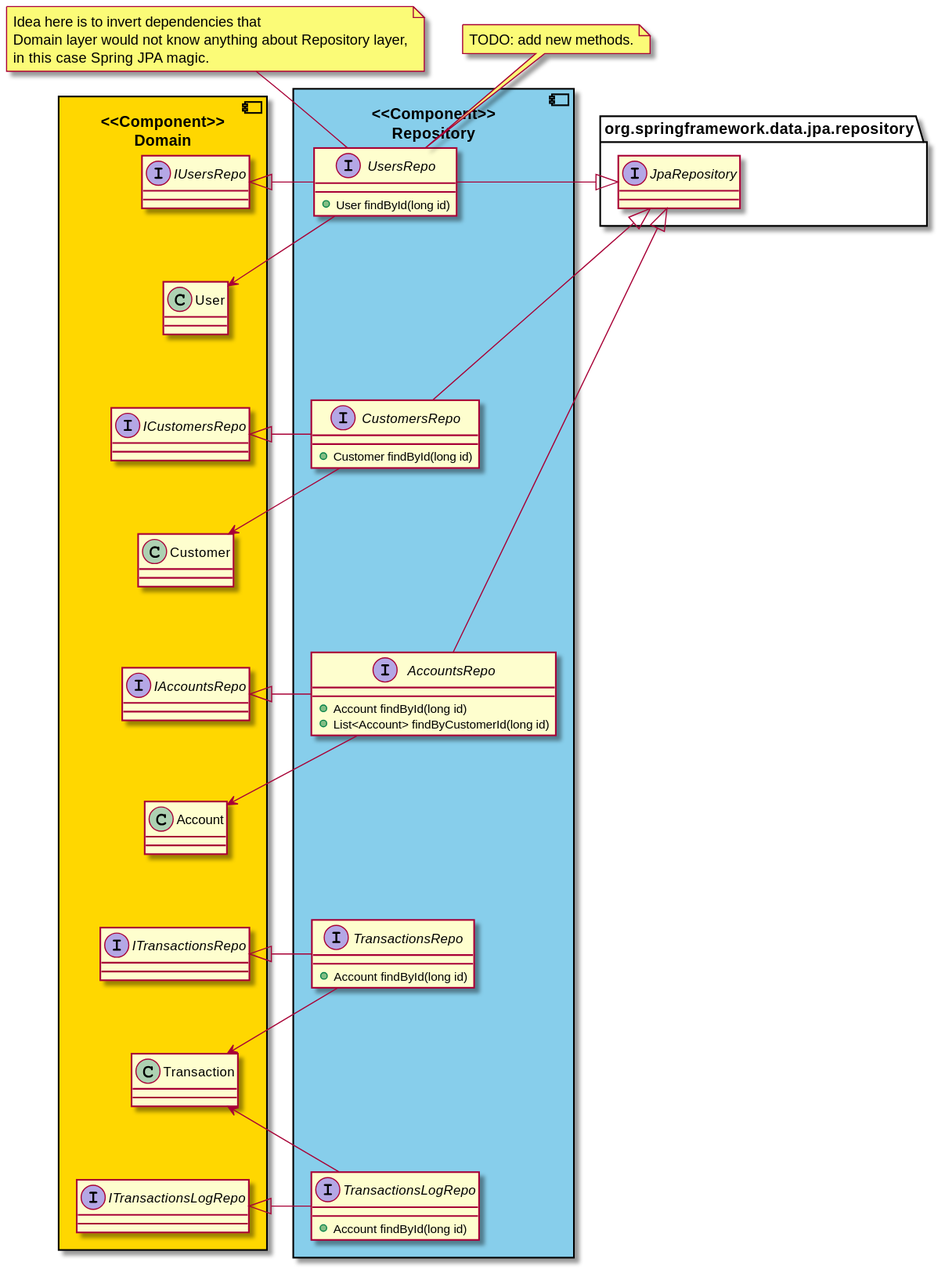
Before: class/ClassRepository.svg, a diagram exported from PlantUML (opendemobank/diagrams).
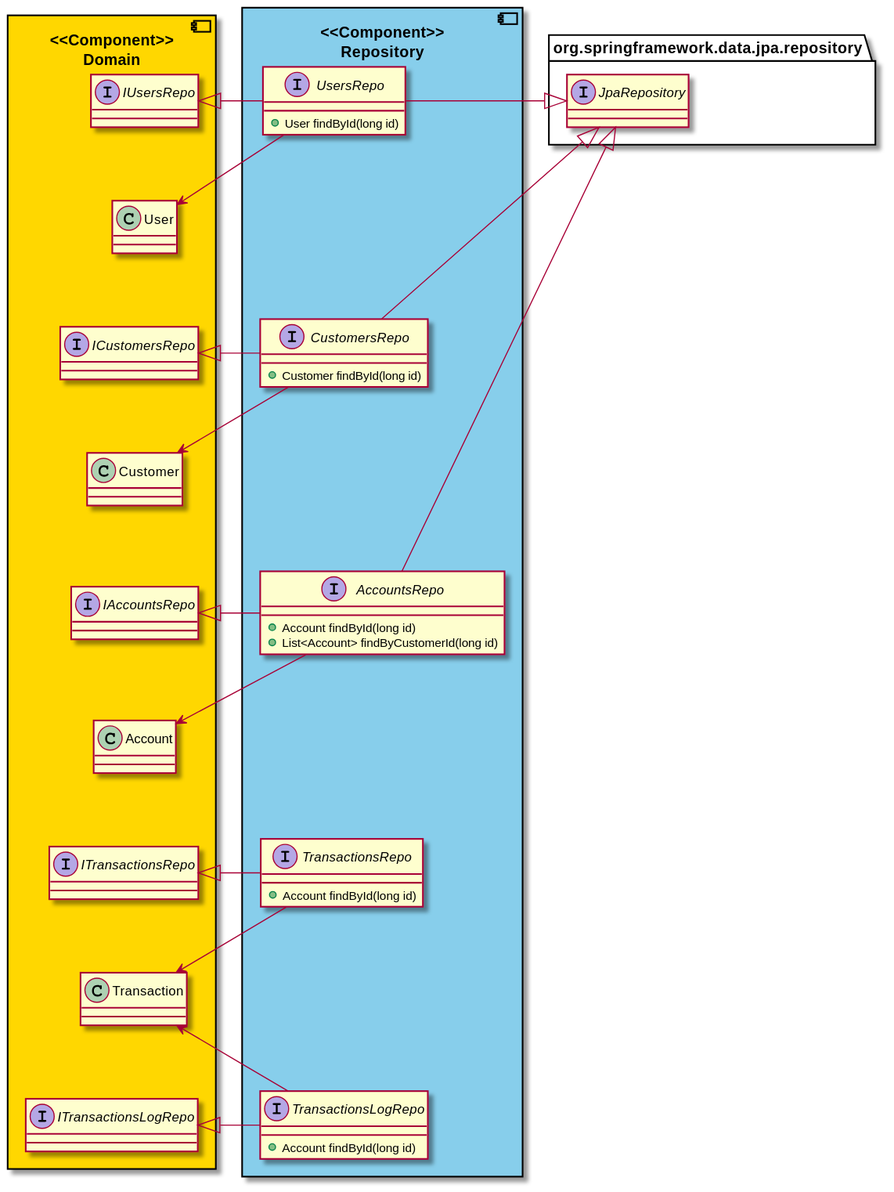
Later version of the same file.

Diff of the diagram source:
```diff
@@ -80,17 +80,7 @@
 org.springframework.data.jpa.repository.JpaRepository <|--- CustomersRepo
 org.springframework.data.jpa.repository.JpaRepository <|----- AccountsRepo
 
-note as note1
-    TODO: add new methods.
-end note
 
-note as note2
-    Idea here is to invert dependencies that
-    Domain layer would not know anything about Repository layer,
-    in this case Spring JPA magic.
-end note
 
-UsersRepo -up- note1
-UsersRepo -up- note2
 
 @enduml
```
